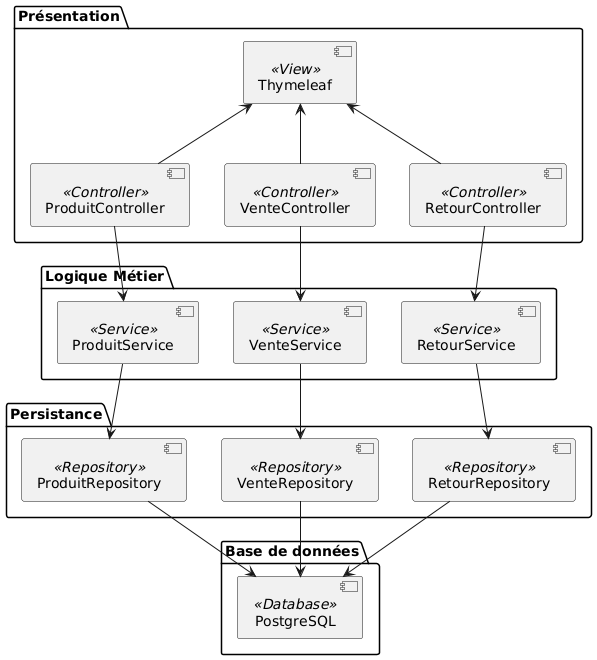
Above: img/diagrammeComposants.png in Anass1707/LOG430-labos (PlantUML), before the change.
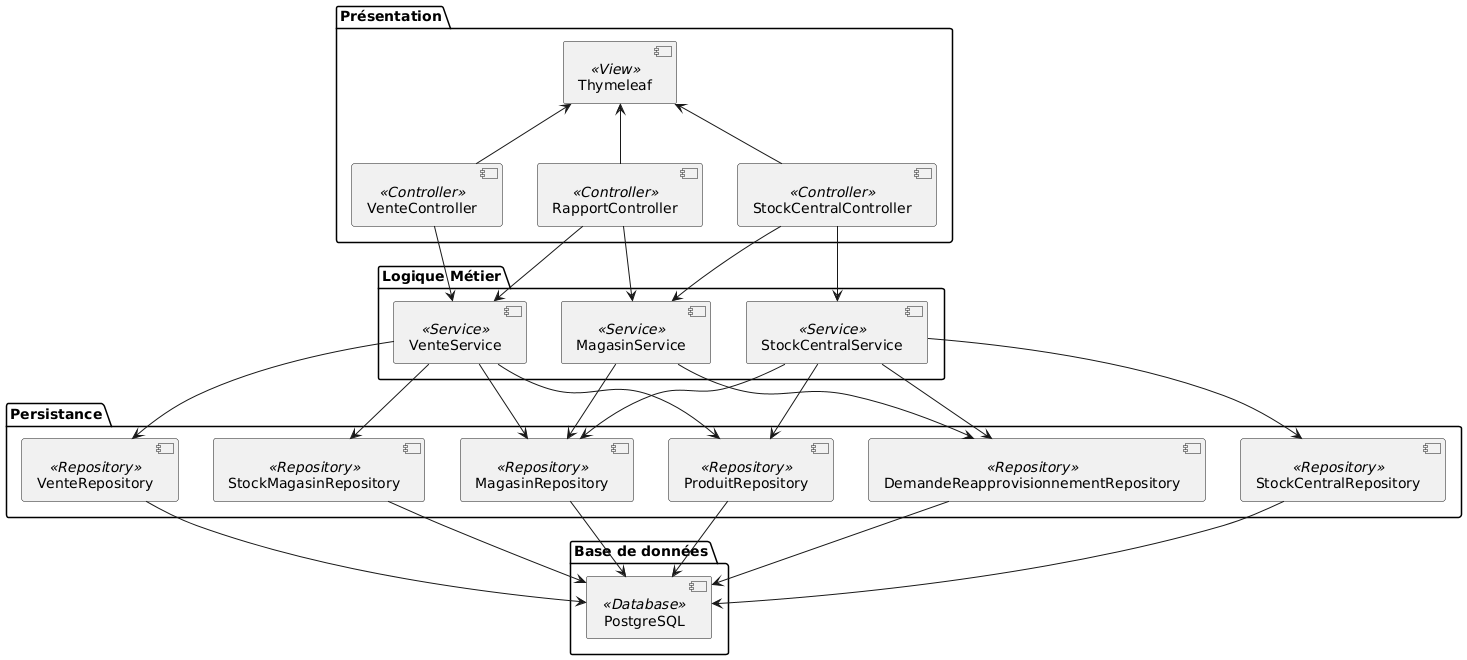
The same diagram one commit later.

Commit message:
modifications des diagrammes de classe et composants + creation du rapport arc42

Diff of the diagram source:
```diff
@@ -1,38 +1,54 @@
 @startuml
 package "Présentation" {
-  [ProduitController] <<Controller>>
   [VenteController] <<Controller>>
-  [RetourController] <<Controller>>
+  [RapportController] <<Controller>>
+  [StockCentralController] <<Controller>>
   [Thymeleaf] <<View>>
 }
 
 package "Logique Métier" {
-  [ProduitService] <<Service>>
+  [MagasinService] <<Service>>
+  [StockCentralService] <<Service>>
   [VenteService] <<Service>>
-  [RetourService] <<Service>>
 }
 
 package "Persistance" {
+  [MagasinRepository] <<Repository>>
+  [VenteRepository] <<Repository>>
+  [StockCentralRepository] <<Repository>>
+  [DemandeReapprovisionnementRepository] <<Repository>>
   [ProduitRepository] <<Repository>>
-  [VenteRepository] <<Repository>>
-  [RetourRepository] <<Repository>>
+  [StockMagasinRepository] <<Repository>>
 }
 package "Base de données" {
   [PostgreSQL] <<Database>>
 }
-[ProduitController] -up-> [Thymeleaf]
 [VenteController] -up-> [Thymeleaf]
-[RetourController] -up-> [Thymeleaf]
+[RapportController] -up-> [Thymeleaf]
+[StockCentralController] -up-> [Thymeleaf]
 
-[ProduitController] --> [ProduitService]
 [VenteController] --> [VenteService]
-[RetourController] --> [RetourService]
+[RapportController] --> [MagasinService]
+[StockCentralController] --> [MagasinService]
+[RapportController] --> [VenteService]
+[StockCentralController] --> [StockCentralService]
 
-[ProduitService] --> [ProduitRepository]
+
+[MagasinService] --> [MagasinRepository]
+[MagasinService] --> [DemandeReapprovisionnementRepository]
+[StockCentralService] --> [StockCentralRepository]
+[StockCentralService] --> [DemandeReapprovisionnementRepository]
+[StockCentralService] --> [ProduitRepository]
+[StockCentralService] --> [MagasinRepository]
 [VenteService] --> [VenteRepository]
-[RetourService] --> [RetourRepository]
+[VenteService] --> [MagasinRepository]
+[VenteService] --> [ProduitRepository]
+[VenteService] --> [StockMagasinRepository]
 
+[MagasinRepository] --> [PostgreSQL]
+[VenteRepository] --> [PostgreSQL]
+[StockCentralRepository] --> [PostgreSQL]
+[DemandeReapprovisionnementRepository] --> [PostgreSQL]
 [ProduitRepository] --> [PostgreSQL]
-[VenteRepository] --> [PostgreSQL]
-[RetourRepository] --> [PostgreSQL]
+[StockMagasinRepository] --> [PostgreSQL]
 @enduml
```
